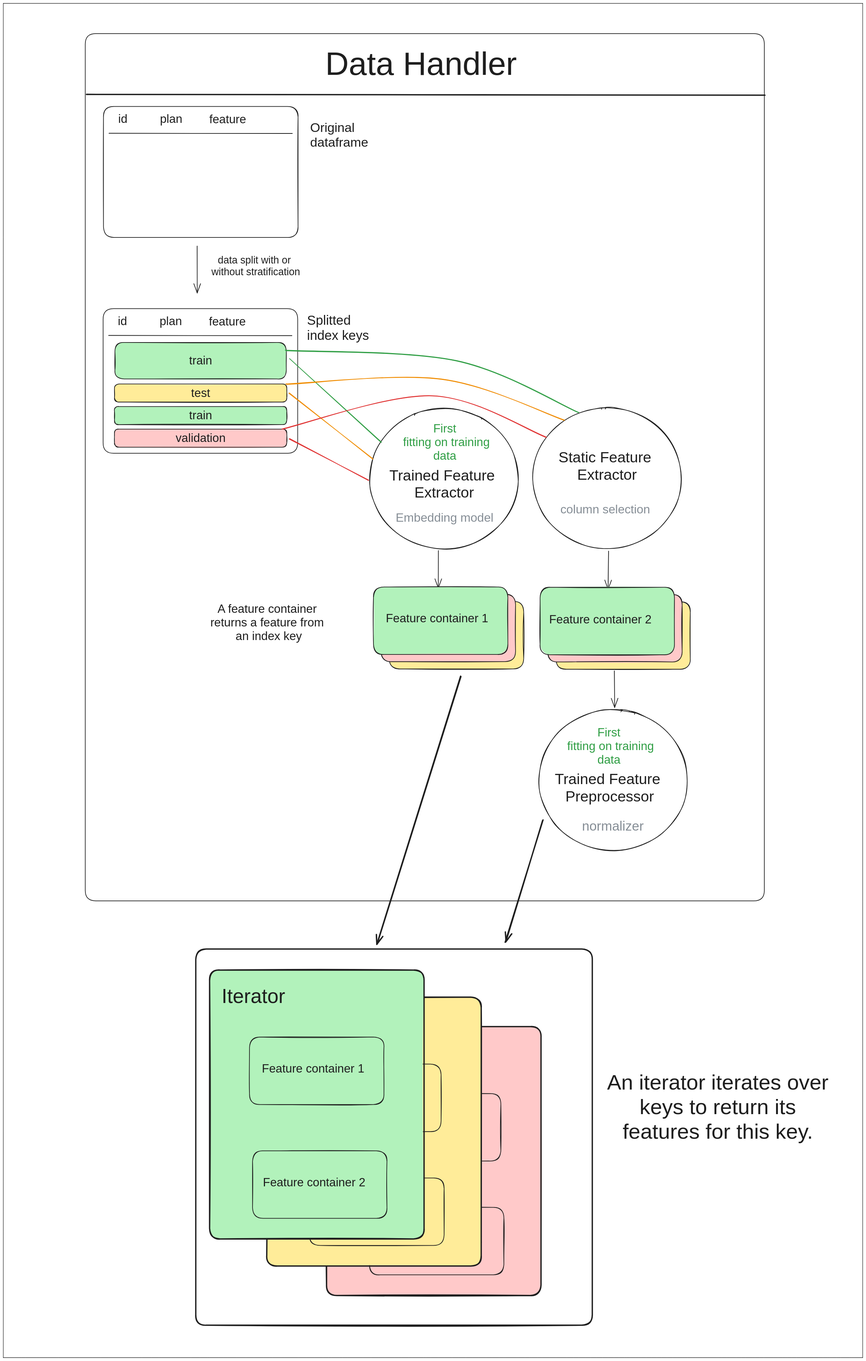
Above: udao/docs/images/datahandler_diagram.svg in Angryrou/UDAO2022 (Excalidraw), before the change. Source tidied: one line per element, renumbered; positions are measured from the earlier drawing's top-left corner, leaving out a move shared by most shapes.
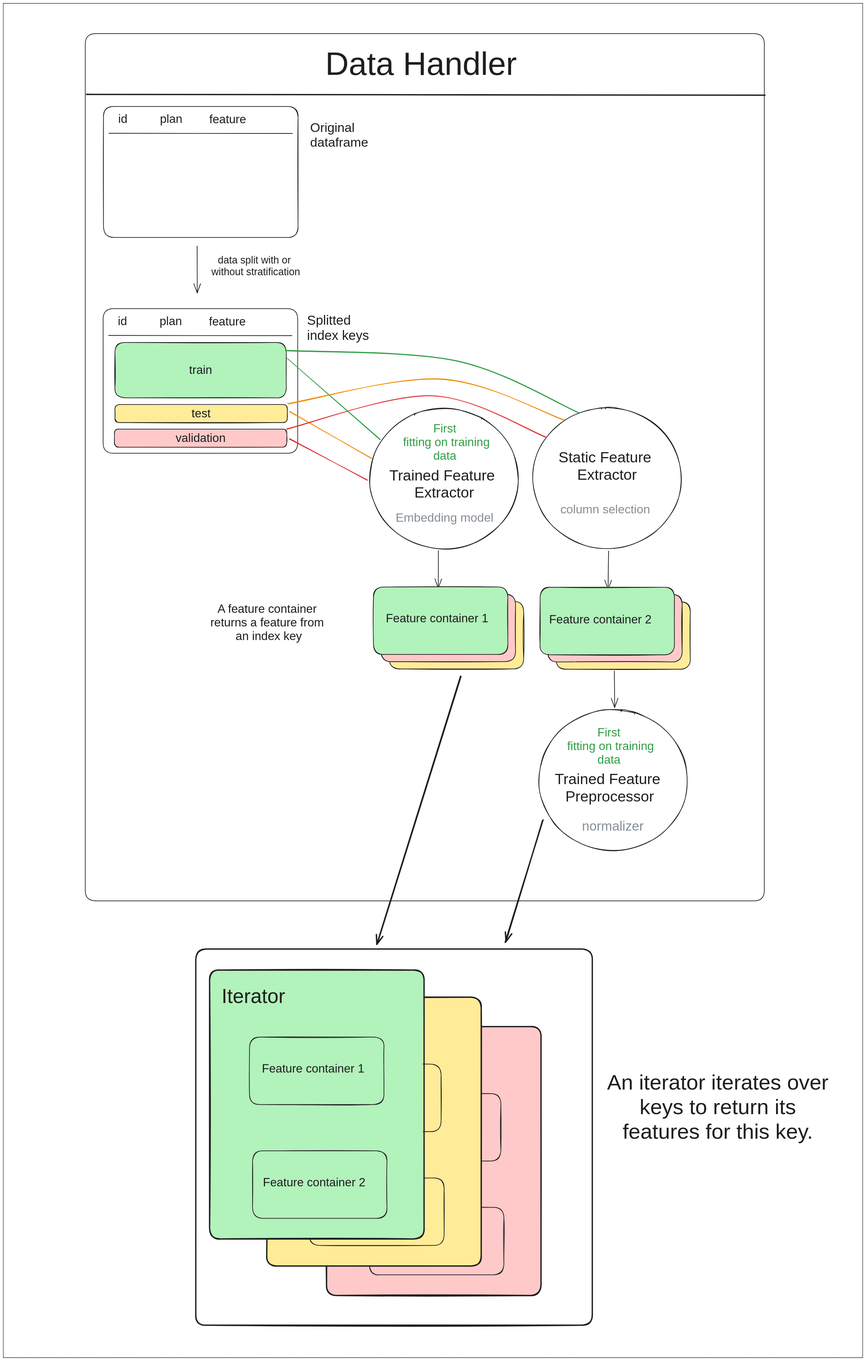
Above is the later version.

Diff of the diagram source:
```diff
@@ -19,17 +19,15 @@
 {"id": 18, "type": "text", "text": "plan", "strokeColor": "#1e1e1e", "strokeWidth": 2, "roughness": 1, "fontSize": 36, "fontFamily": 2, "textAlign": "center", "x": 476, "y": 947, "width": 68, "height": 41}
 {"id": 19, "type": "line", "strokeColor": "#1e1e1e", "strokeWidth": 2, "roughness": 1, "round": true, "x": 321, "y": 1011, "width": 558, "height": 0, "points": [[0, 0], [558, 0]]}
 {"id": 20, "type": "text", "text": "feature", "strokeColor": "#1e1e1e", "strokeWidth": 2, "roughness": 1, "fontSize": 36, "fontFamily": 2, "textAlign": "center", "x": 626, "y": 949, "width": 112, "height": 41}
-{"id": 21, "type": "rectangle", "strokeColor": "#1e1e1e", "backgroundColor": "#b2f2bb", "fillStyle": "solid", "strokeWidth": 2, "roughness": 1, "round": true, "x": 340, "y": 1033, "width": 522, "height": 111}
+{"id": 21, "type": "rectangle", "strokeColor": "#1e1e1e", "backgroundColor": "#b2f2bb", "fillStyle": "solid", "strokeWidth": 2, "roughness": 1, "round": true, "x": 340, "y": 1033, "width": 522, "height": 169}
-{"id": 22, "type": "text", "text": "train", "strokeColor": "#1e1e1e", "backgroundColor": "#ffc9c9", "fillStyle": "solid", "strokeWidth": 2, "roughness": 1, "fontSize": 36, "fontFamily": 2, "textAlign": "center", "verticalAlign": "middle", "inside": 21, "x": 566, "y": 1068, "width": 70, "height": 41}
+{"id": 22, "type": "text", "text": "train", "strokeColor": "#1e1e1e", "backgroundColor": "#ffc9c9", "fillStyle": "solid", "strokeWidth": 2, "roughness": 1, "fontSize": 36, "fontFamily": 2, "textAlign": "center", "verticalAlign": "middle", "inside": 21, "x": 566, "y": 1096, "width": 70, "height": 41}
-{"id": 23, "type": "rectangle", "strokeColor": "#1e1e1e", "backgroundColor": "#b2f2bb", "fillStyle": "solid", "strokeWidth": 2, "roughness": 1, "round": true, "x": 339, "y": 1228, "width": 525, "height": 55}
-{"id": 24, "type": "text", "text": "train", "strokeColor": "#1e1e1e", "backgroundColor": "#ffc9c9", "fillStyle": "solid", "strokeWidth": 2, "roughness": 1, "fontSize": 36, "fontFamily": 2, "textAlign": "center", "verticalAlign": "middle", "inside": 23, "x": 566, "y": 1235, "width": 70, "height": 41}
-{"id": 25, "type": "rectangle", "strokeColor": "#1e1e1e", "backgroundColor": "#ffec99", "fillStyle": "solid", "strokeWidth": 2, "roughness": 1, "round": true, "x": 339, "y": 1159, "width": 525, "height": 55}
+{"id": 25, "type": "rectangle", "strokeColor": "#1e1e1e", "backgroundColor": "#ffec99", "fillStyle": "solid", "strokeWidth": 2, "roughness": 1, "round": true, "x": 340, "y": 1222, "width": 525, "height": 55}
-{"id": 26, "type": "text", "text": "test", "strokeColor": "#1e1e1e", "backgroundColor": "#ffc9c9", "fillStyle": "solid", "strokeWidth": 2, "roughness": 1, "fontSize": 36, "fontFamily": 2, "textAlign": "center", "verticalAlign": "middle", "inside": 25, "x": 572, "y": 1166, "width": 58, "height": 41}
+{"id": 26, "type": "text", "text": "test", "strokeColor": "#1e1e1e", "backgroundColor": "#ffc9c9", "fillStyle": "solid", "strokeWidth": 2, "roughness": 1, "fontSize": 36, "fontFamily": 2, "textAlign": "center", "verticalAlign": "middle", "inside": 25, "x": 574, "y": 1228, "width": 58, "height": 41}
 {"id": 27, "type": "rectangle", "strokeColor": "#1e1e1e", "backgroundColor": "#ffc9c9", "fillStyle": "solid", "strokeWidth": 2, "roughness": 1, "round": true, "x": 339, "y": 1297, "width": 525, "height": 55}
 {"id": 28, "type": "text", "text": "validation", "strokeColor": "#1e1e1e", "backgroundColor": "#ffc9c9", "fillStyle": "solid", "strokeWidth": 2, "roughness": 1, "fontSize": 36, "fontFamily": 2, "textAlign": "center", "verticalAlign": "middle", "inside": 27, "x": 525, "y": 1303, "width": 152, "height": 41}
-{"id": 29, "type": "line", "strokeColor": "#2f9e44", "strokeWidth": 2, "roughness": 1, "round": true, "x": 873, "y": 1083, "width": 279, "height": 253, "points": [[0, 0], [279, 253]]}
+{"id": 29, "type": "line", "strokeColor": "#2f9e44", "strokeWidth": 2, "roughness": 1, "round": true, "x": 866, "y": 1083, "width": 282, "height": 245, "points": [[0, 0], [282, 245]]}
-{"id": 30, "type": "line", "strokeColor": "#f08c00", "backgroundColor": "#ffec99", "fillStyle": "solid", "strokeWidth": 2, "roughness": 1, "round": true, "x": 871, "y": 1187, "width": 255, "height": 200, "points": [[0, 0], [255, 200]]}
+{"id": 30, "type": "line", "strokeColor": "#f08c00", "backgroundColor": "#ffec99", "fillStyle": "solid", "strokeWidth": 2, "roughness": 1, "round": true, "x": 873, "y": 1243, "width": 249, "height": 142, "points": [[0, 0], [249, 142]]}
-{"id": 31, "type": "line", "strokeColor": "#e03131", "backgroundColor": "#ffec99", "fillStyle": "solid", "strokeWidth": 2, "roughness": 1, "round": true, "x": 871, "y": 1327, "width": 242, "height": 125, "points": [[0, 0], [242, 125]]}
+{"id": 31, "type": "line", "strokeColor": "#e03131", "backgroundColor": "#ffec99", "fillStyle": "solid", "strokeWidth": 2, "roughness": 1, "round": true, "x": 871, "y": 1327, "width": 238, "height": 125, "points": [[0, 0], [238, 125]]}
 {"id": 32, "type": "arrow", "strokeColor": "#1e1e1e", "backgroundColor": "#ffec99", "fillStyle": "solid", "strokeWidth": 2, "roughness": 1, "endArrowhead": "arrow", "round": true, "from": 6, "to": 38, "x": 1325, "y": 1666, "width": 0, "height": 114, "points": [[0, 0], [0, 114]]}
 {"id": 33, "type": "ellipse", "strokeColor": "#1e1e1e", "strokeWidth": 2, "roughness": 1, "round": true, "x": 1613, "y": 1231, "width": 452, "height": 429}
 {"id": 34, "type": "text", "text": "Static Feature \nExtractor", "strokeColor": "#1e1e1e", "strokeWidth": 2, "roughness": 1, "fontSize": 45.41, "fontFamily": 2, "textAlign": "center", "x": 1691, "y": 1357, "width": 295, "height": 104}
@@ -76,6 +74,6 @@
 {"id": 75, "type": "text", "text": "An iterator iterates over \nkeys to return its \nfeatures for this key. ", "strokeColor": "#1e1e1e", "strokeWidth": 4, "roughness": 1, "fontSize": 64.93, "fontFamily": 2, "textAlign": "center", "x": 1839, "y": 3249, "width": 693, "height": 224}
 {"id": 76, "type": "text", "text": "First \nfitting on training\ndata ", "strokeColor": "#2f9e44", "backgroundColor": "#ffec99", "fillStyle": "solid", "strokeWidth": 2, "roughness": 1, "fontSize": 36, "fontFamily": 2, "textAlign": "center", "x": 1218, "y": 1275, "width": 264, "height": 124}
 {"id": 77, "type": "rectangle", "strokeColor": "#1e1e1e", "strokeWidth": 1, "roughness": 0, "x": 0, "y": 0, "width": 2618, "height": 4124}
-{"id": 78, "type": "line", "strokeColor": "#2f9e44", "strokeWidth": 2, "roughness": 1, "round": true, "x": 859, "y": 1057, "width": 894, "height": 190, "points": [[0, 0], [521, 31], [894, 190]]}
+{"id": 78, "type": "line", "strokeColor": "#2f9e44", "strokeWidth": 2, "roughness": 1, "round": true, "x": 858, "y": 1057, "width": 894, "height": 190, "points": [[0, 0], [521, 31], [894, 190]]}
-{"id": 79, "type": "line", "strokeColor": "#f08c00", "backgroundColor": "#ffec99", "fillStyle": "solid", "strokeWidth": 2, "roughness": 1, "round": true, "x": 861, "y": 1159, "width": 848, "height": 124, "points": [[0, 0], [475, -15], [848, 109]]}
+{"id": 79, "type": "line", "strokeColor": "#f08c00", "backgroundColor": "#ffec99", "fillStyle": "solid", "strokeWidth": 2, "roughness": 1, "round": true, "x": 867, "y": 1219, "width": 842, "height": 124, "points": [[0, 0], [469, -75], [842, 49]]}
-{"id": 80, "type": "line", "strokeColor": "#e03131", "backgroundColor": "#ffec99", "fillStyle": "solid", "strokeWidth": 2, "roughness": 1, "round": true, "x": 849, "y": 1298, "width": 805, "height": 126, "points": [[0, 0], [456, -102], [805, 24]]}
+{"id": 80, "type": "line", "strokeColor": "#e03131", "backgroundColor": "#ffec99", "fillStyle": "solid", "strokeWidth": 2, "roughness": 1, "round": true, "x": 863, "y": 1298, "width": 792, "height": 126, "points": [[0, 0], [443, -102], [792, 24]]}
```
